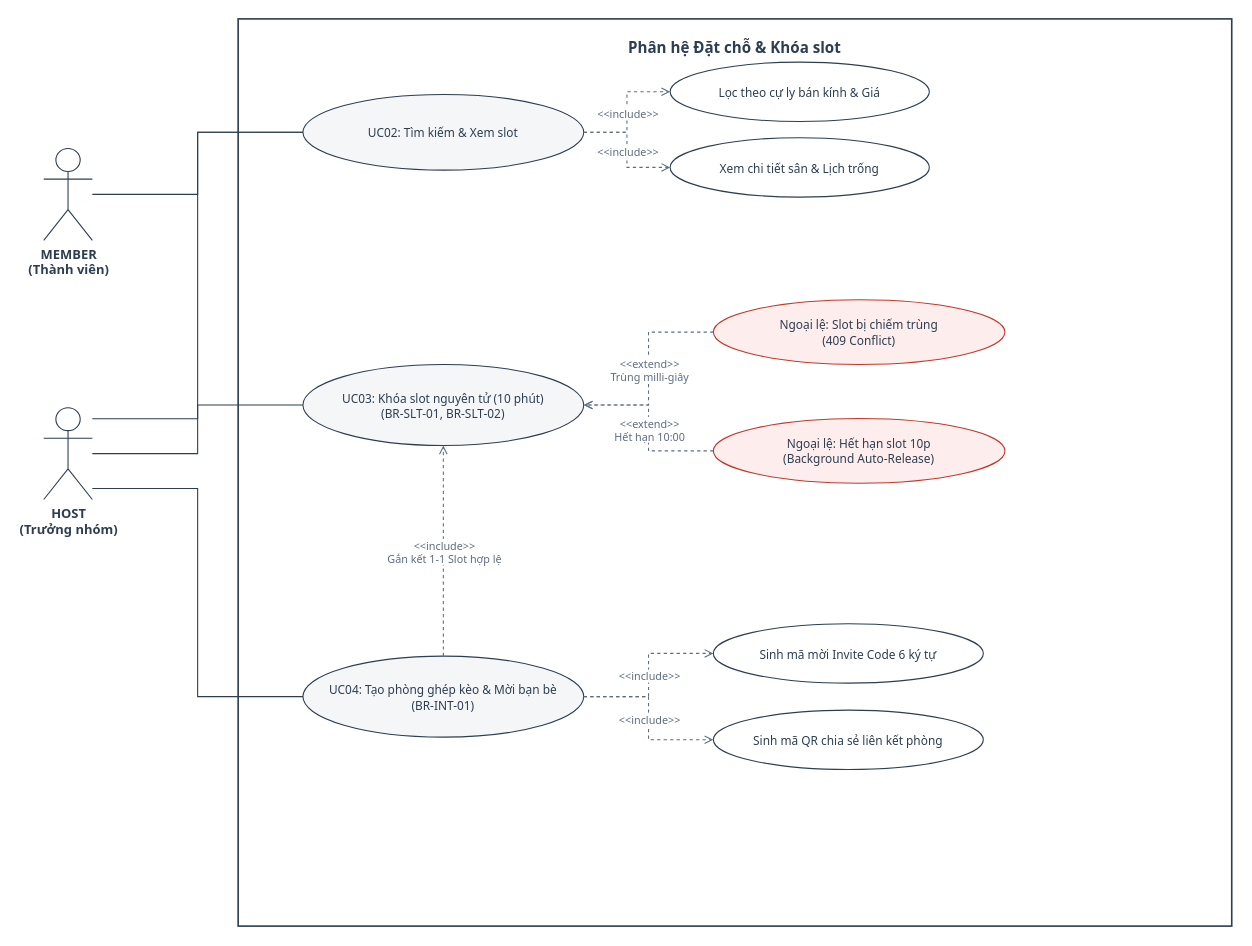
Above: page "Phân hệ Đặt chỗ & Khóa slot" (2 of 5) of docs/diagrams/UseCase.drawio in Des1r3d/WebKD (draw.io), before the change. Source tidied: cells renumbered, new cells numbered last; positions are measured from the earlier drawing's top-left corner, leaving out a move shared by most shapes. Both pictures are drawn from the tidied source at 108%, with x=0, y=0 at pixel (43, 18).
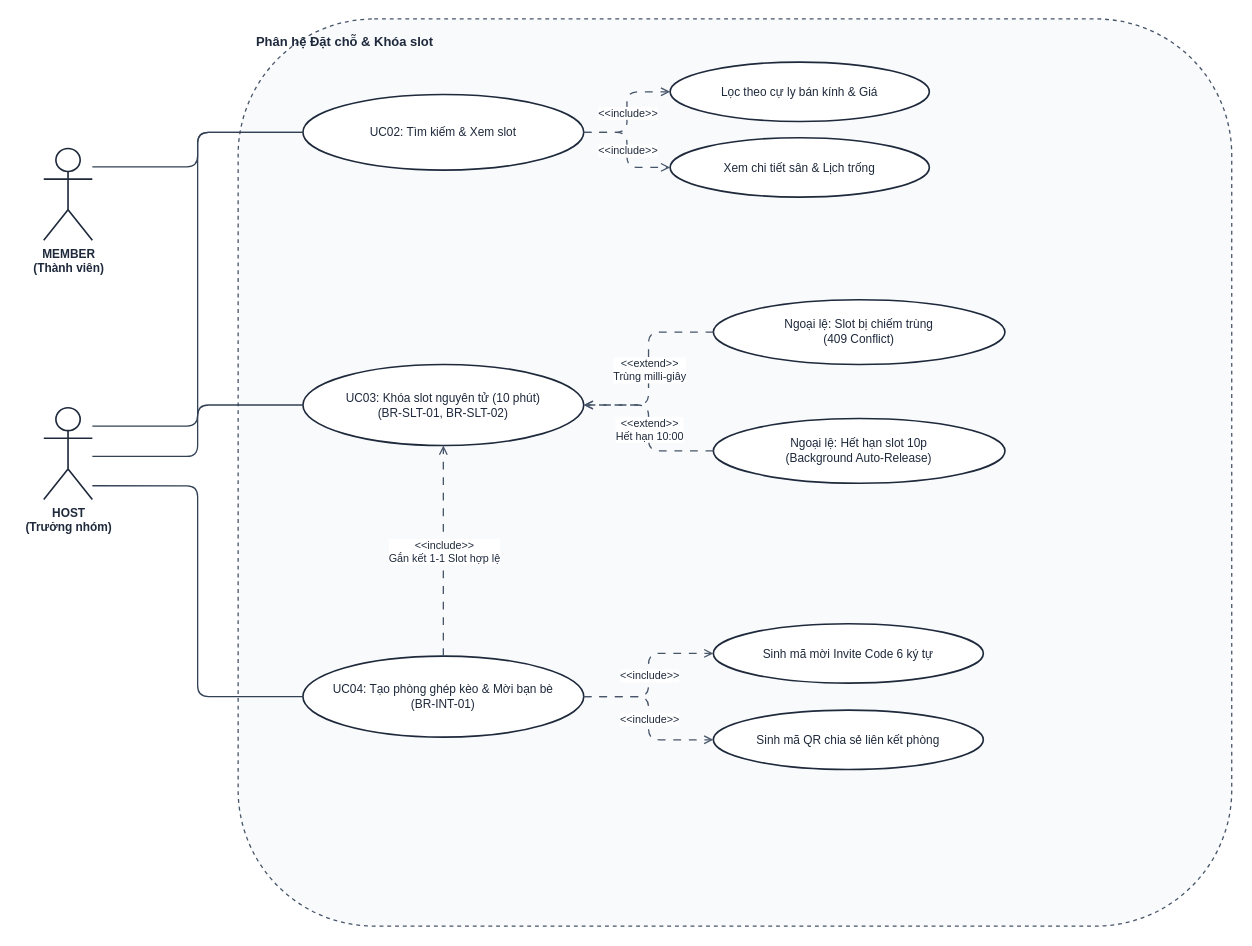
After the change.

The edit, as a diff of the source:
```diff
@@
-    <mxCell id="2" value="Phân hệ Đặt chỗ &amp; Khóa slot" style="rounded=0;whiteSpace=wrap;html=1;dashed=0;fillColor=none;strokeColor=#2C3E50;strokeWidth=1.5;verticalAlign=top;align=center;fontStyle=1;fontFamily=Tahoma;fontSize=14;fontColor=#2C3E50;spacingTop=12;" parent="1" vertex="1">
+    <mxCell id="2" value="Phân hệ Đặt chỗ &amp; Khóa slot" style="shape=rectangle;rounded=1;fillColor=#F8FAFC;strokeColor=#475569;strokeWidth=1.2;dashed=1;verticalAlign=top;align=left;spacingLeft=15;spacingTop=8;fontFamily=Helvetica, Arial, sans-serif;fontStyle=1;fontSize=12;fontColor=#1E293B;" parent="1" vertex="1">
       <mxGeometry x="180" width="920" height="840" as="geometry" />
     </mxCell>
-    <mxCell id="3" value="HOST&#10;(Trưởng nhóm)" style="shape=umlActor;verticalLabelPosition=bottom;verticalAlign=top;html=1;outlineConnect=0;fontFamily=Tahoma;fontSize=12;fontStyle=1;fillColor=#FFFFFF;strokeColor=#2C3E50;fontColor=#2C3E50;" parent="1" vertex="1">
+    <mxCell id="3" value="HOST&#10;(Trưởng nhóm)" style="shape=umlActor;verticalLabelPosition=bottom;verticalAlign=top;html=1;outlineConnect=0;strokeColor=#1E293B;strokeWidth=1.5;fillColor=#FFFFFF;fontFamily=Helvetica, Arial, sans-serif;fontSize=11;fontStyle=1;fontColor=#1E293B;" parent="1" vertex="1">
       <mxGeometry y="360" width="45" height="85" as="geometry" />
     </mxCell>
-    <mxCell id="4" value="MEMBER&#10;(Thành viên)" style="shape=umlActor;verticalLabelPosition=bottom;verticalAlign=top;html=1;outlineConnect=0;fontFamily=Tahoma;fontSize=12;fontStyle=1;fillColor=#FFFFFF;strokeColor=#2C3E50;fontColor=#2C3E50;" parent="1" vertex="1">
+    <mxCell id="4" value="MEMBER&#10;(Thành viên)" style="shape=umlActor;verticalLabelPosition=bottom;verticalAlign=top;html=1;outlineConnect=0;strokeColor=#1E293B;strokeWidth=1.5;fillColor=#FFFFFF;fontFamily=Helvetica, Arial, sans-serif;fontSize=11;fontStyle=1;fontColor=#1E293B;" parent="1" vertex="1">
       <mxGeometry y="120" width="45" height="85" as="geometry" />
     </mxCell>
-    <mxCell id="5" value="UC02: Tìm kiếm &amp; Xem slot" style="ellipse;whiteSpace=wrap;html=1;fillColor=#F4F6F7;strokeColor=#2C3E50;strokeWidth=1;fontFamily=Tahoma;fontSize=11;fontColor=#2C3E50;align=center;" parent="1" vertex="1">
+    <mxCell id="5" value="UC02: Tìm kiếm &amp; Xem slot" style="shape=ellipse;whiteSpace=wrap;html=1;fillColor=#FFFFFF;strokeColor=#1E293B;strokeWidth=1.5;fontFamily=Helvetica, Arial, sans-serif;fontSize=11;fontColor=#1E293B;" parent="1" vertex="1">
       <mxGeometry x="240" y="70" width="260" height="70" as="geometry" />
     </mxCell>
-    <mxCell id="6" value="Lọc theo cự ly bán kính &amp; Giá" style="ellipse;whiteSpace=wrap;html=1;fillColor=#FFFFFF;strokeColor=#2C3E50;strokeWidth=1;fontFamily=Tahoma;fontSize=11;fontColor=#2C3E50;align=center;" parent="1" vertex="1">
+    <mxCell id="6" value="Lọc theo cự ly bán kính &amp; Giá" style="shape=ellipse;whiteSpace=wrap;html=1;fillColor=#FFFFFF;strokeColor=#1E293B;strokeWidth=1.5;fontFamily=Helvetica, Arial, sans-serif;fontSize=11;fontColor=#1E293B;" parent="1" vertex="1">
       <mxGeometry x="580" y="40" width="240" height="55" as="geometry" />
     </mxCell>
-    <mxCell id="7" value="Xem chi tiết sân &amp; Lịch trống" style="ellipse;whiteSpace=wrap;html=1;fillColor=#FFFFFF;strokeColor=#2C3E50;strokeWidth=1;fontFamily=Tahoma;fontSize=11;fontColor=#2C3E50;align=center;" parent="1" vertex="1">
+    <mxCell id="7" value="Xem chi tiết sân &amp; Lịch trống" style="shape=ellipse;whiteSpace=wrap;html=1;fillColor=#FFFFFF;strokeColor=#1E293B;strokeWidth=1.5;fontFamily=Helvetica, Arial, sans-serif;fontSize=11;fontColor=#1E293B;" parent="1" vertex="1">
       <mxGeometry x="580" y="110" width="240" height="55" as="geometry" />
     </mxCell>
-    <mxCell id="8" value="UC03: Khóa slot nguyên tử (10 phút)&#10;(BR-SLT-01, BR-SLT-02)" style="ellipse;whiteSpace=wrap;html=1;fillColor=#F4F6F7;strokeColor=#2C3E50;strokeWidth=1;fontFamily=Tahoma;fontSize=11;fontColor=#2C3E50;align=center;" parent="1" vertex="1">
+    <mxCell id="8" value="UC03: Khóa slot nguyên tử (10 phút)&#10;(BR-SLT-01, BR-SLT-02)" style="shape=ellipse;whiteSpace=wrap;html=1;fillColor=#FFFFFF;strokeColor=#1E293B;strokeWidth=1.5;fontFamily=Helvetica, Arial, sans-serif;fontSize=11;fontColor=#1E293B;" parent="1" vertex="1">
       <mxGeometry x="240" y="320" width="260" height="75" as="geometry" />
     </mxCell>
-    <mxCell id="9" value="Ngoại lệ: Slot bị chiếm trùng&#10;(409 Conflict)" style="ellipse;whiteSpace=wrap;html=1;fillColor=#FDEDEC;strokeColor=#C0392B;strokeWidth=1;fontFamily=Tahoma;fontSize=11;fontColor=#2C3E50;align=center;" parent="1" vertex="1">
+    <mxCell id="9" value="Ngoại lệ: Slot bị chiếm trùng&#10;(409 Conflict)" style="shape=ellipse;whiteSpace=wrap;html=1;fillColor=#FFFFFF;strokeColor=#1E293B;strokeWidth=1.5;fontFamily=Helvetica, Arial, sans-serif;fontSize=11;fontColor=#1E293B;" parent="1" vertex="1">
       <mxGeometry x="620" y="260" width="270" height="60" as="geometry" />
     </mxCell>
-    <mxCell id="10" value="Ngoại lệ: Hết hạn slot 10p&#10;(Background Auto-Release)" style="ellipse;whiteSpace=wrap;html=1;fillColor=#FDEDEC;strokeColor=#C0392B;strokeWidth=1;fontFamily=Tahoma;fontSize=11;fontColor=#2C3E50;align=center;" parent="1" vertex="1">
+    <mxCell id="10" value="Ngoại lệ: Hết hạn slot 10p&#10;(Background Auto-Release)" style="shape=ellipse;whiteSpace=wrap;html=1;fillColor=#FFFFFF;strokeColor=#1E293B;strokeWidth=1.5;fontFamily=Helvetica, Arial, sans-serif;fontSize=11;fontColor=#1E293B;" parent="1" vertex="1">
       <mxGeometry x="620" y="370" width="270" height="60" as="geometry" />
     </mxCell>
-    <mxCell id="11" value="UC04: Tạo phòng ghép kèo &amp; Mời bạn bè&#10;(BR-INT-01)" style="ellipse;whiteSpace=wrap;html=1;fillColor=#F4F6F7;strokeColor=#2C3E50;strokeWidth=1;fontFamily=Tahoma;fontSize=11;fontColor=#2C3E50;align=center;" parent="1" vertex="1">
+    <mxCell id="11" value="UC04: Tạo phòng ghép kèo &amp; Mời bạn bè&#10;(BR-INT-01)" style="shape=ellipse;whiteSpace=wrap;html=1;fillColor=#FFFFFF;strokeColor=#1E293B;strokeWidth=1.5;fontFamily=Helvetica, Arial, sans-serif;fontSize=11;fontColor=#1E293B;" parent="1" vertex="1">
       <mxGeometry x="240" y="590" width="260" height="75" as="geometry" />
     </mxCell>
-    <mxCell id="12" value="Sinh mã mời Invite Code 6 ký tự" style="ellipse;whiteSpace=wrap;html=1;fillColor=#FFFFFF;strokeColor=#2C3E50;strokeWidth=1;fontFamily=Tahoma;fontSize=11;fontColor=#2C3E50;align=center;" parent="1" vertex="1">
+    <mxCell id="12" value="Sinh mã mời Invite Code 6 ký tự" style="shape=ellipse;whiteSpace=wrap;html=1;fillColor=#FFFFFF;strokeColor=#1E293B;strokeWidth=1.5;fontFamily=Helvetica, Arial, sans-serif;fontSize=11;fontColor=#1E293B;" parent="1" vertex="1">
       <mxGeometry x="620" y="560" width="250" height="55" as="geometry" />
     </mxCell>
-    <mxCell id="13" value="Sinh mã QR chia sẻ liên kết phòng" style="ellipse;whiteSpace=wrap;html=1;fillColor=#FFFFFF;strokeColor=#2C3E50;strokeWidth=1;fontFamily=Tahoma;fontSize=11;fontColor=#2C3E50;align=center;" parent="1" vertex="1">
+    <mxCell id="13" value="Sinh mã QR chia sẻ liên kết phòng" style="shape=ellipse;whiteSpace=wrap;html=1;fillColor=#FFFFFF;strokeColor=#1E293B;strokeWidth=1.5;fontFamily=Helvetica, Arial, sans-serif;fontSize=11;fontColor=#1E293B;" parent="1" vertex="1">
       <mxGeometry x="620" y="640" width="250" height="55" as="geometry" />
     </mxCell>
-    <mxCell id="14" style="endArrow=none;html=1;rounded=0;edgeStyle=orthogonalEdgeStyle;jettySize=auto;strokeColor=#2C3E50;strokeWidth=1;fontFamily=Tahoma;exitX=1;exitY=0.120;entryX=0;entryY=0.5;" parent="1" edge="1" source="3" target="5">
+    <mxCell id="14" style="edgeStyle=orthogonalEdgeStyle;rounded=1;jettySize=auto;html=1;dashed=0;endArrow=none;strokeColor=#334155;strokeWidth=1.2;labelBackgroundColor=#FFFFFF;fontFamily=Helvetica, Arial, sans-serif;fontSize=10;fontColor=#1E293B;exitX=1;entryX=0;entryY=0.5;exitY=0.20;" parent="1" edge="1" source="3" target="5">
       <mxGeometry relative="1" as="geometry" />
     </mxCell>
-    <mxCell id="15" style="endArrow=none;html=1;rounded=0;edgeStyle=orthogonalEdgeStyle;jettySize=auto;strokeColor=#2C3E50;strokeWidth=1;fontFamily=Tahoma;exitX=1;exitY=0.500;entryX=0;entryY=0.5;" parent="1" edge="1" source="3" target="8">
+    <mxCell id="15" style="edgeStyle=orthogonalEdgeStyle;rounded=1;jettySize=auto;html=1;dashed=0;endArrow=none;strokeColor=#334155;strokeWidth=1.2;labelBackgroundColor=#FFFFFF;fontFamily=Helvetica, Arial, sans-serif;fontSize=10;fontColor=#1E293B;exitX=1;entryX=0;entryY=0.5;exitY=0.53;" parent="1" edge="1" source="3" target="8">
       <mxGeometry relative="1" as="geometry" />
     </mxCell>
-    <mxCell id="16" style="endArrow=none;html=1;rounded=0;edgeStyle=orthogonalEdgeStyle;jettySize=auto;strokeColor=#2C3E50;strokeWidth=1;fontFamily=Tahoma;exitX=1;exitY=0.880;entryX=0;entryY=0.5;" parent="1" edge="1" source="3" target="11">
+    <mxCell id="16" style="edgeStyle=orthogonalEdgeStyle;rounded=1;jettySize=auto;html=1;dashed=0;endArrow=none;strokeColor=#334155;strokeWidth=1.2;labelBackgroundColor=#FFFFFF;fontFamily=Helvetica, Arial, sans-serif;fontSize=10;fontColor=#1E293B;exitX=1;entryX=0;entryY=0.5;exitY=0.85;" parent="1" edge="1" source="3" target="11">
       <mxGeometry relative="1" as="geometry" />
     </mxCell>
-    <mxCell id="17" style="endArrow=none;html=1;rounded=0;edgeStyle=orthogonalEdgeStyle;jettySize=auto;strokeColor=#2C3E50;strokeWidth=1;fontFamily=Tahoma;exitX=1;exitY=0.500;entryX=0;entryY=0.5;" parent="1" edge="1" source="4" target="5">
+    <mxCell id="17" style="edgeStyle=orthogonalEdgeStyle;rounded=1;jettySize=auto;html=1;dashed=0;endArrow=none;strokeColor=#334155;strokeWidth=1.2;labelBackgroundColor=#FFFFFF;fontFamily=Helvetica, Arial, sans-serif;fontSize=10;fontColor=#1E293B;exitX=1;entryX=0;entryY=0.5;exitY=0.20;" parent="1" edge="1" source="4" target="5">
       <mxGeometry relative="1" as="geometry" />
     </mxCell>
-    <mxCell id="18" style="endArrow=open;dashed=1;html=1;rounded=0;endFill=0;edgeStyle=orthogonalEdgeStyle;jettySize=auto;strokeColor=#5D6D7E;strokeWidth=1;fontFamily=Tahoma;exitX=1;exitY=0.5;entryX=0;entryY=0.5;" parent="1" edge="1" source="5" target="6">
+    <mxCell id="18" style="edgeStyle=orthogonalEdgeStyle;rounded=1;jettySize=auto;html=1;dashed=1;dashPattern=6 6;endArrow=open;endFill=0;strokeColor=#475569;strokeWidth=1.2;labelBackgroundColor=#FFFFFF;fontFamily=Helvetica, Arial, sans-serif;fontSize=10;fontColor=#1E293B;" parent="1" edge="1" source="5" target="6">
       <mxGeometry relative="1" as="geometry" />
     </mxCell>
-    <mxCell id="19" value="&amp;lt;&amp;lt;include&amp;gt;&amp;gt;" style="edgeLabel;html=1;align=center;verticalAlign=middle;labelBackgroundColor=#ffffff;fontFamily=Tahoma;fontSize=10;fontColor=#5D6D7E;" parent="18" vertex="1">
+    <mxCell id="19" value="&amp;lt;&amp;lt;include&amp;gt;&amp;gt;" style="edgeLabel;html=1;align=center;verticalAlign=middle;labelBackgroundColor=#FFFFFF;fontFamily=Helvetica, Arial, sans-serif;fontSize=10;fontColor=#1E293B;" parent="18" vertex="1">
       <mxGeometry relative="1" as="geometry" />
     </mxCell>
-    <mxCell id="20" style="endArrow=open;dashed=1;html=1;rounded=0;endFill=0;edgeStyle=orthogonalEdgeStyle;jettySize=auto;strokeColor=#5D6D7E;strokeWidth=1;fontFamily=Tahoma;exitX=1;exitY=0.5;entryX=0;entryY=0.5;" parent="1" edge="1" source="5" target="7">
+    <mxCell id="20" style="edgeStyle=orthogonalEdgeStyle;rounded=1;jettySize=auto;html=1;dashed=1;dashPattern=6 6;endArrow=open;endFill=0;strokeColor=#475569;strokeWidth=1.2;labelBackgroundColor=#FFFFFF;fontFamily=Helvetica, Arial, sans-serif;fontSize=10;fontColor=#1E293B;" parent="1" edge="1" source="5" target="7">
       <mxGeometry relative="1" as="geometry" />
     </mxCell>
-    <mxCell id="21" value="&amp;lt;&amp;lt;include&amp;gt;&amp;gt;" style="edgeLabel;html=1;align=center;verticalAlign=middle;labelBackgroundColor=#ffffff;fontFamily=Tahoma;fontSize=10;fontColor=#5D6D7E;" parent="20" vertex="1">
+    <mxCell id="21" value="&amp;lt;&amp;lt;include&amp;gt;&amp;gt;" style="edgeLabel;html=1;align=center;verticalAlign=middle;labelBackgroundColor=#FFFFFF;fontFamily=Helvetica, Arial, sans-serif;fontSize=10;fontColor=#1E293B;" parent="20" vertex="1">
       <mxGeometry relative="1" as="geometry" />
     </mxCell>
-    <mxCell id="22" style="endArrow=open;dashed=1;html=1;rounded=0;endFill=0;edgeStyle=orthogonalEdgeStyle;jettySize=auto;strokeColor=#5D6D7E;strokeWidth=1;fontFamily=Tahoma;exitX=0.5;exitY=0;entryX=0.5;entryY=1;" parent="1" edge="1" source="11" target="8">
+    <mxCell id="22" style="edgeStyle=orthogonalEdgeStyle;rounded=1;jettySize=auto;html=1;dashed=1;dashPattern=6 6;endArrow=open;endFill=0;strokeColor=#475569;strokeWidth=1.2;labelBackgroundColor=#FFFFFF;fontFamily=Helvetica, Arial, sans-serif;fontSize=10;fontColor=#1E293B;" parent="1" edge="1" source="11" target="8">
       <mxGeometry relative="1" as="geometry" />
     </mxCell>
-    <mxCell id="23" value="&amp;lt;&amp;lt;include&amp;gt;&amp;gt;&lt;br/&gt;Gắn kết 1-1 Slot hợp lệ" style="edgeLabel;html=1;align=center;verticalAlign=middle;labelBackgroundColor=#ffffff;fontFamily=Tahoma;fontSize=10;fontColor=#5D6D7E;" parent="22" vertex="1">
+    <mxCell id="23" value="&amp;lt;&amp;lt;include&amp;gt;&amp;gt;&lt;br/&gt;Gắn kết 1-1 Slot hợp lệ" style="edgeLabel;html=1;align=center;verticalAlign=middle;labelBackgroundColor=#FFFFFF;fontFamily=Helvetica, Arial, sans-serif;fontSize=10;fontColor=#1E293B;" parent="22" vertex="1">
       <mxGeometry relative="1" as="geometry" />
     </mxCell>
-    <mxCell id="24" style="endArrow=open;dashed=1;html=1;rounded=0;endFill=0;edgeStyle=orthogonalEdgeStyle;jettySize=auto;strokeColor=#5D6D7E;strokeWidth=1;fontFamily=Tahoma;exitX=1;exitY=0.5;entryX=0;entryY=0.5;" parent="1" edge="1" source="11" target="12">
+    <mxCell id="24" style="edgeStyle=orthogonalEdgeStyle;rounded=1;jettySize=auto;html=1;dashed=1;dashPattern=6 6;endArrow=open;endFill=0;strokeColor=#475569;strokeWidth=1.2;labelBackgroundColor=#FFFFFF;fontFamily=Helvetica, Arial, sans-serif;fontSize=10;fontColor=#1E293B;" parent="1" edge="1" source="11" target="12">
       <mxGeometry relative="1" as="geometry" />
     </mxCell>
-    <mxCell id="25" value="&amp;lt;&amp;lt;include&amp;gt;&amp;gt;" style="edgeLabel;html=1;align=center;verticalAlign=middle;labelBackgroundColor=#ffffff;fontFamily=Tahoma;fontSize=10;fontColor=#5D6D7E;" parent="24" vertex="1">
+    <mxCell id="25" value="&amp;lt;&amp;lt;include&amp;gt;&amp;gt;" style="edgeLabel;html=1;align=center;verticalAlign=middle;labelBackgroundColor=#FFFFFF;fontFamily=Helvetica, Arial, sans-serif;fontSize=10;fontColor=#1E293B;" parent="24" vertex="1">
       <mxGeometry relative="1" as="geometry" />
     </mxCell>
-    <mxCell id="26" style="endArrow=open;dashed=1;html=1;rounded=0;endFill=0;edgeStyle=orthogonalEdgeStyle;jettySize=auto;strokeColor=#5D6D7E;strokeWidth=1;fontFamily=Tahoma;exitX=1;exitY=0.5;entryX=0;entryY=0.5;" parent="1" edge="1" source="11" target="13">
+    <mxCell id="26" style="edgeStyle=orthogonalEdgeStyle;rounded=1;jettySize=auto;html=1;dashed=1;dashPattern=6 6;endArrow=open;endFill=0;strokeColor=#475569;strokeWidth=1.2;labelBackgroundColor=#FFFFFF;fontFamily=Helvetica, Arial, sans-serif;fontSize=10;fontColor=#1E293B;" parent="1" edge="1" source="11" target="13">
       <mxGeometry relative="1" as="geometry" />
     </mxCell>
-    <mxCell id="27" value="&amp;lt;&amp;lt;include&amp;gt;&amp;gt;" style="edgeLabel;html=1;align=center;verticalAlign=middle;labelBackgroundColor=#ffffff;fontFamily=Tahoma;fontSize=10;fontColor=#5D6D7E;" parent="26" vertex="1">
+    <mxCell id="27" value="&amp;lt;&amp;lt;include&amp;gt;&amp;gt;" style="edgeLabel;html=1;align=center;verticalAlign=middle;labelBackgroundColor=#FFFFFF;fontFamily=Helvetica, Arial, sans-serif;fontSize=10;fontColor=#1E293B;" parent="26" vertex="1">
       <mxGeometry relative="1" as="geometry" />
     </mxCell>
-    <mxCell id="28" style="endArrow=open;dashed=1;html=1;rounded=0;endFill=0;edgeStyle=orthogonalEdgeStyle;jettySize=auto;strokeColor=#5D6D7E;strokeWidth=1;fontFamily=Tahoma;exitX=0;exitY=0.5;entryX=1;entryY=0.5;" parent="1" edge="1" source="9" target="8">
+    <mxCell id="28" style="edgeStyle=orthogonalEdgeStyle;rounded=1;jettySize=auto;html=1;dashed=1;dashPattern=6 6;endArrow=open;endFill=0;strokeColor=#475569;strokeWidth=1.2;labelBackgroundColor=#FFFFFF;fontFamily=Helvetica, Arial, sans-serif;fontSize=10;fontColor=#1E293B;" parent="1" edge="1" source="9" target="8">
       <mxGeometry relative="1" as="geometry" />
     </mxCell>
-    <mxCell id="29" value="&amp;lt;&amp;lt;extend&amp;gt;&amp;gt;&lt;br/&gt;Trùng milli-giây" style="edgeLabel;html=1;align=center;verticalAlign=middle;labelBackgroundColor=#ffffff;fontFamily=Tahoma;fontSize=10;fontColor=#5D6D7E;" parent="28" vertex="1">
+    <mxCell id="29" value="&amp;lt;&amp;lt;extend&amp;gt;&amp;gt;&lt;br/&gt;Trùng milli-giây" style="edgeLabel;html=1;align=center;verticalAlign=middle;labelBackgroundColor=#FFFFFF;fontFamily=Helvetica, Arial, sans-serif;fontSize=10;fontColor=#1E293B;" parent="28" vertex="1">
       <mxGeometry relative="1" as="geometry" />
     </mxCell>
-    <mxCell id="30" style="endArrow=open;dashed=1;html=1;rounded=0;endFill=0;edgeStyle=orthogonalEdgeStyle;jettySize=auto;strokeColor=#5D6D7E;strokeWidth=1;fontFamily=Tahoma;exitX=0;exitY=0.5;entryX=1;entryY=0.5;" parent="1" edge="1" source="10" target="8">
+    <mxCell id="30" style="edgeStyle=orthogonalEdgeStyle;rounded=1;jettySize=auto;html=1;dashed=1;dashPattern=6 6;endArrow=open;endFill=0;strokeColor=#475569;strokeWidth=1.2;labelBackgroundColor=#FFFFFF;fontFamily=Helvetica, Arial, sans-serif;fontSize=10;fontColor=#1E293B;" parent="1" edge="1" source="10" target="8">
       <mxGeometry relative="1" as="geometry" />
     </mxCell>
-    <mxCell id="31" value="&amp;lt;&amp;lt;extend&amp;gt;&amp;gt;&lt;br/&gt;Hết hạn 10:00" style="edgeLabel;html=1;align=center;verticalAlign=middle;labelBackgroundColor=#ffffff;fontFamily=Tahoma;fontSize=10;fontColor=#5D6D7E;" parent="30" vertex="1">
+    <mxCell id="31" value="&amp;lt;&amp;lt;extend&amp;gt;&amp;gt;&lt;br/&gt;Hết hạn 10:00" style="edgeLabel;html=1;align=center;verticalAlign=middle;labelBackgroundColor=#FFFFFF;fontFamily=Helvetica, Arial, sans-serif;fontSize=10;fontColor=#1E293B;" parent="30" vertex="1">
       <mxGeometry relative="1" as="geometry" />
     </mxCell>
```
